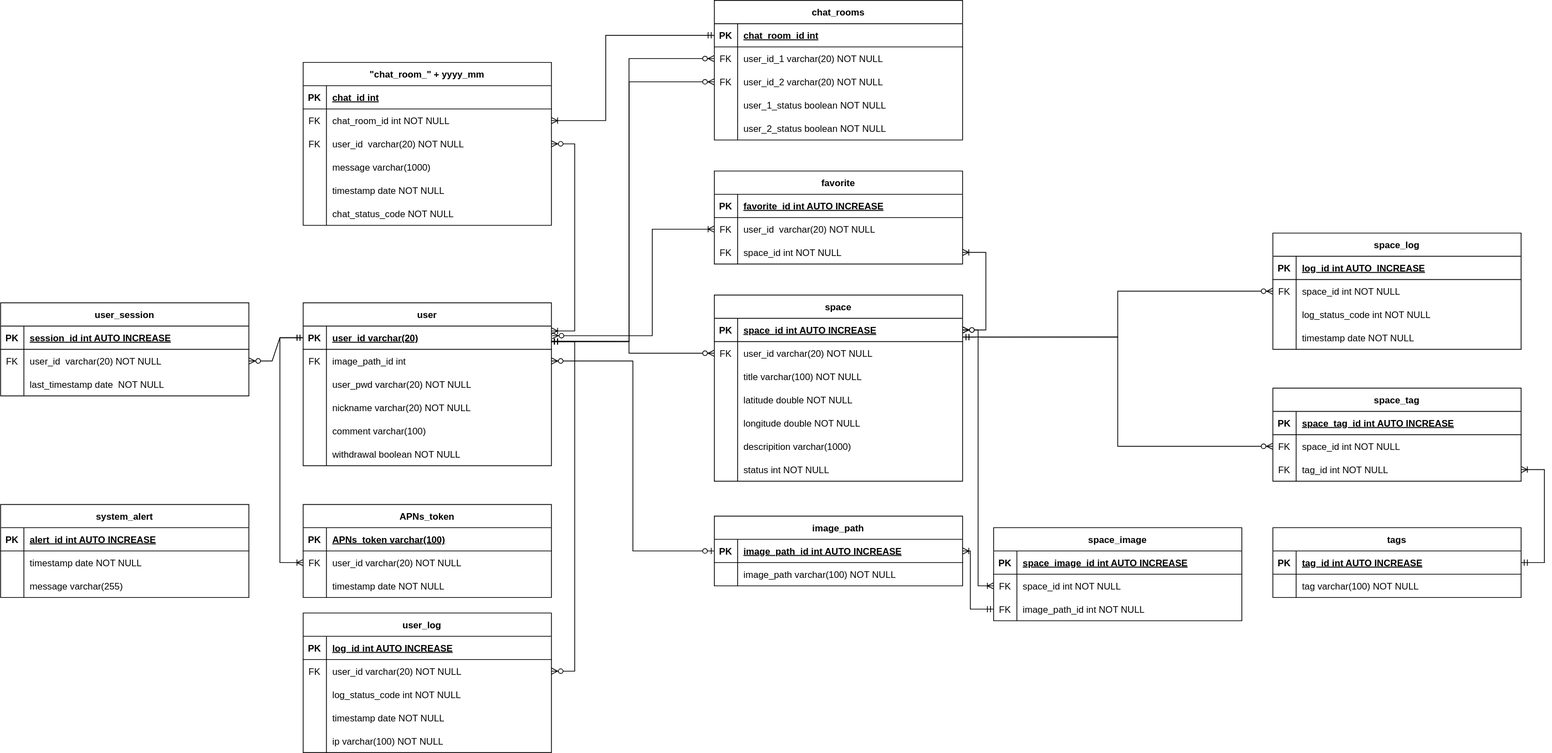
Above: 클래스 다이어그램/database.svg in shlim0/2022_capstone1 (draw.io), before the change. Source tidied: cells renumbered, new cells last; positions are measured from the earlier drawing's top-left corner, leaving out a move shared by most shapes.
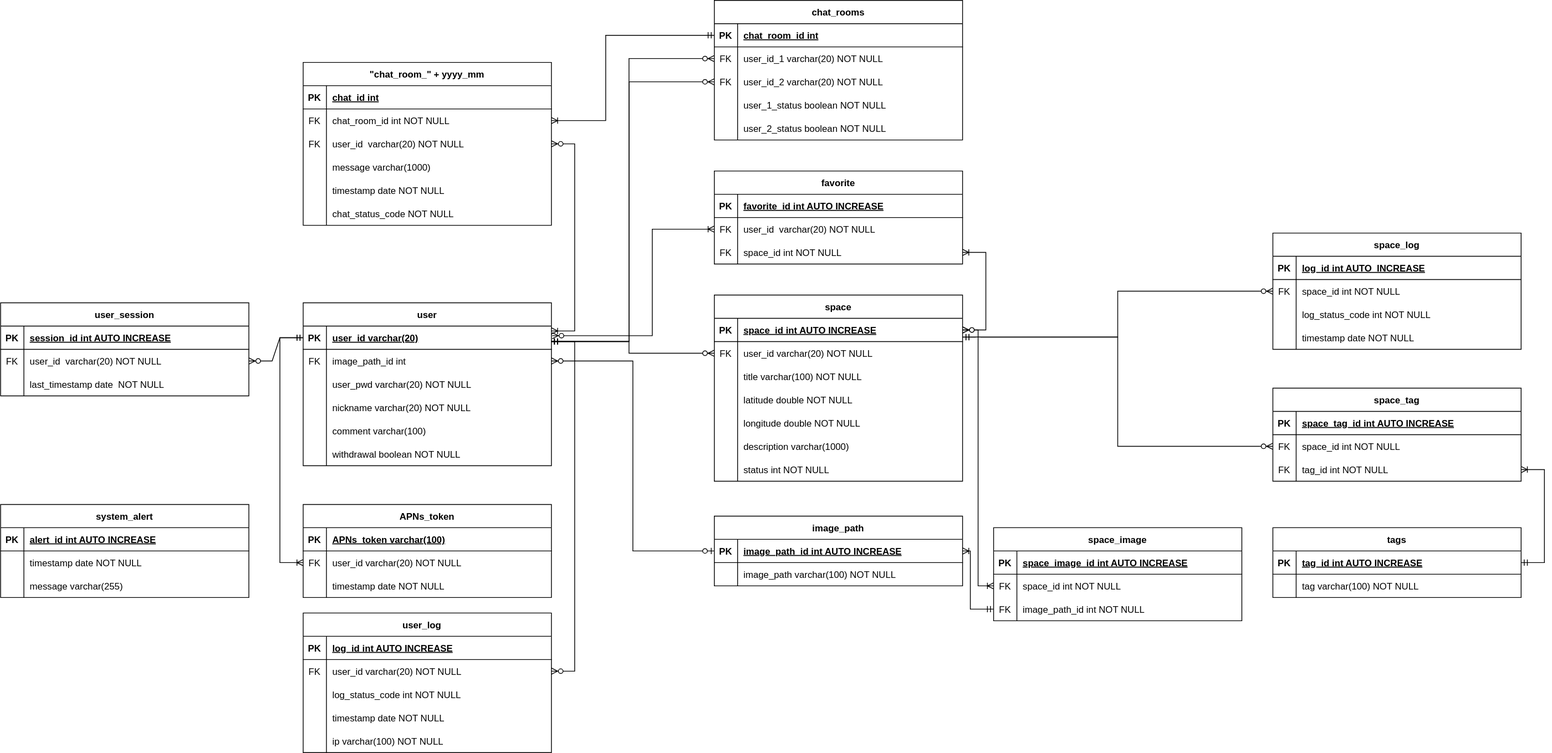
Above is the later version.

Change to the diagram source:
```diff
@@ -229,7 +229,7 @@
     <mxCell id="76" style="shape=partialRectangle;fillColor=none;top=0;left=0;bottom=0;right=0;overflow=hidden;" parent="75" vertex="1">
       <mxGeometry width="30" height="30" as="geometry" />
     </mxCell>
-    <mxCell id="77" value="descripition varchar(1000)" style="shape=partialRectangle;fillColor=none;top=0;left=0;bottom=0;right=0;align=left;spacingLeft=6;overflow=hidden;" parent="75" vertex="1">
+    <mxCell id="77" value="description varchar(1000)" style="shape=partialRectangle;fillColor=none;top=0;left=0;bottom=0;right=0;align=left;spacingLeft=6;overflow=hidden;" parent="75" vertex="1">
       <mxGeometry x="30" width="290" height="30" as="geometry" />
     </mxCell>
     <mxCell id="78" style="shape=tableRow;horizontal=0;startSize=0;swimlaneHead=0;swimlaneBody=0;fillColor=none;top=0;left=0;right=0;bottom=0;" parent="59" vertex="1">
```
